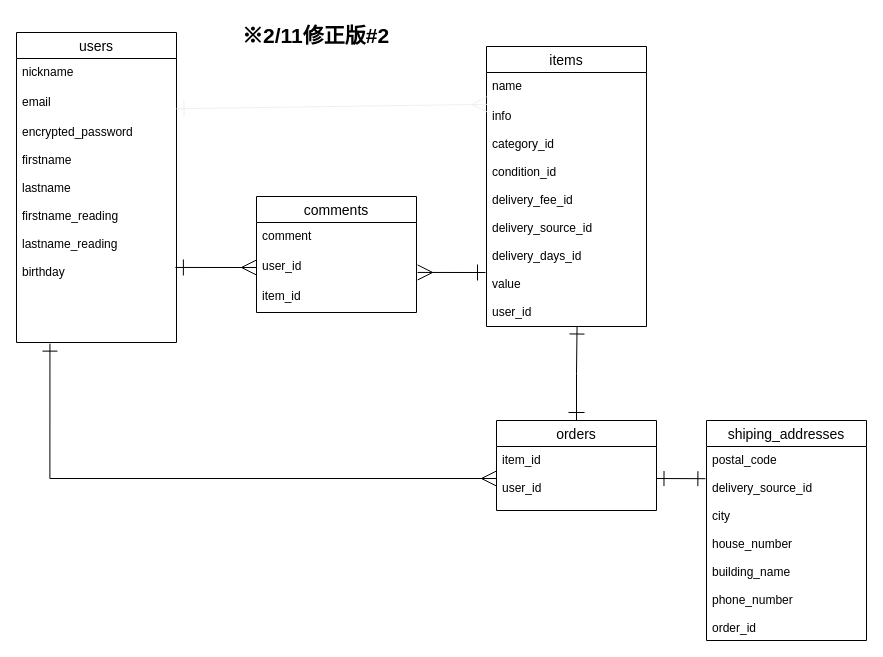
Above: ER.dio in tsurukame1989/furima-29136 (draw.io), before the change. Source tidied: cells renumbered, new cells numbered last; positions are measured from the earlier drawing's top-left corner, leaving out a move shared by most shapes. Both pictures are drawn from the tidied source at 100%, with x=0, y=0 at pixel (16, 16).
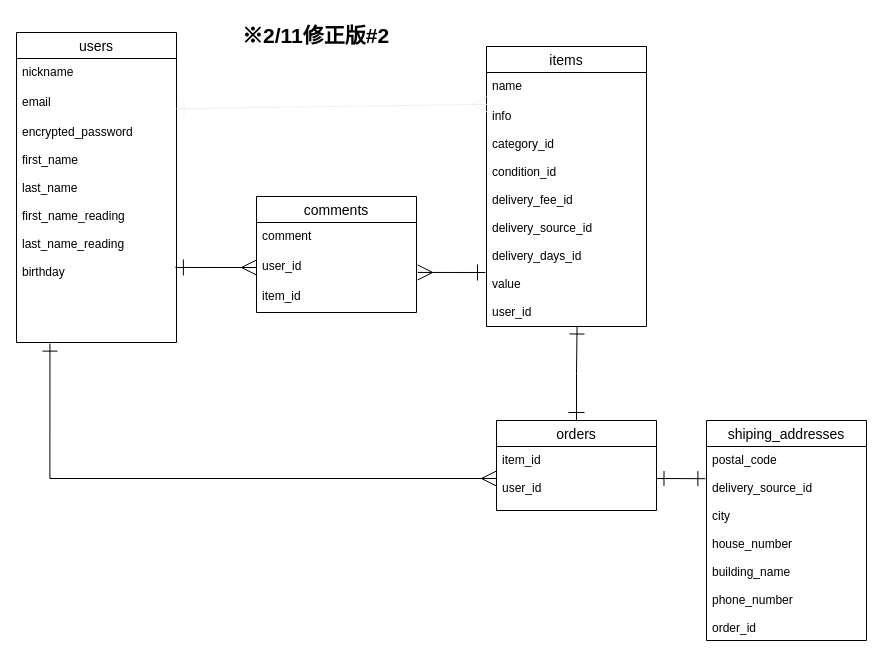
The same page after the edit.

Commit message (it also covers changes not shown here):
READMEテーブル設計#3

レビューで修正指示を貰った箇所の修正

The change refers to these unchanged cells:
```xml
<mxCell id="8" value="users" style="swimlane;fontStyle=0;horizontal=1;startSize=26;align=center;fontSize=14;" parent="1" vertex="1">
  <mxGeometry y="16" width="160" height="310" as="geometry" />
</mxCell>
```

Diff of the diagram source:
```diff
@@
-    <mxCell id="11" value="encrypted_password&#10;&#10;firstname&#10;&#10;lastname&#10;&#10;firstname_reading&#10;&#10;lastname_reading&#10;&#10;birthday" style="text;strokeColor=none;fillColor=none;spacingLeft=4;spacingRight=4;overflow=hidden;points=[[0,0.5],[1,0.5]];portConstraint=eastwest;fontSize=12;" parent="8" vertex="1">
+    <mxCell id="11" value="encrypted_password&#10;&#10;first_name&#10;&#10;last_name&#10;&#10;first_name_reading&#10;&#10;last_name_reading&#10;&#10;birthday" style="text;strokeColor=none;fillColor=none;spacingLeft=4;spacingRight=4;overflow=hidden;points=[[0,0.5],[1,0.5]];portConstraint=eastwest;fontSize=12;" parent="8" vertex="1">
       <mxGeometry y="86" width="160" height="224" as="geometry" />
     </mxCell>
```
